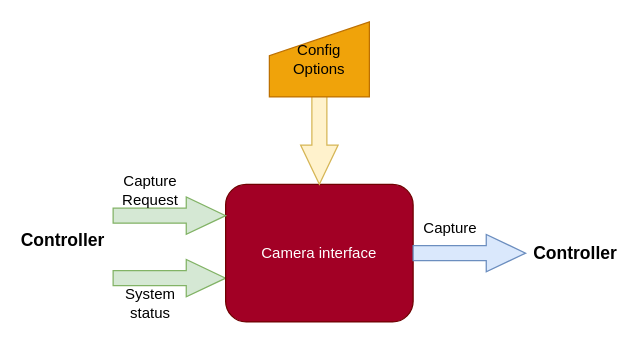
Before: webcam_architecture.drawio in GreatSharky/CoHSCI, a draw.io diagram. Source tidied: cells renumbered, new cells numbered last; positions are measured from the earlier drawing's top-left corner, leaving out a move shared by most shapes. Both pictures are drawn from the tidied source at 125%, with x=0, y=0 at pixel (25, 21).
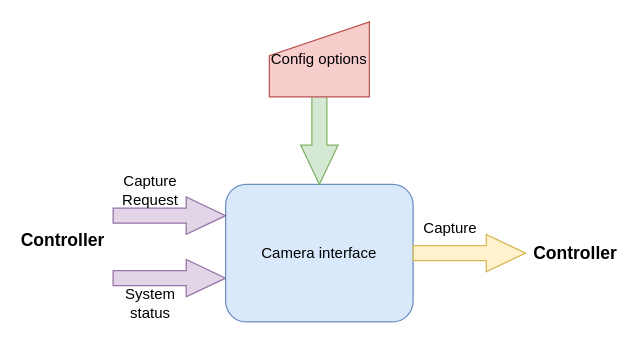
Above is the later version.

What changed in the source:
```diff
@@
 <mxGraphModel>
   <root>
     <mxCell id="0" />
     <mxCell id="1" parent="0" />
-    <mxCell id="2" style="shape=singleArrow;whiteSpace=wrap;html=1;arrowWidth=0.4;arrowSize=0.35;fillColor=#d5e8d4;strokeColor=#82b366;" parent="1" vertex="1">
+    <mxCell id="2" style="shape=singleArrow;whiteSpace=wrap;html=1;arrowWidth=0.4;arrowSize=0.35;fillColor=#e1d5e7;strokeColor=#9673a6;" parent="1" vertex="1">
       <mxGeometry x="70" y="190" width="90" height="30" as="geometry" />
     </mxCell>
-    <mxCell id="3" value="Camera interface" style="rounded=1;whiteSpace=wrap;html=1;fillColor=#a20025;fontColor=#ffffff;strokeColor=#6F0000;" parent="1" vertex="1">
+    <mxCell id="3" value="Camera interface" style="rounded=1;whiteSpace=wrap;html=1;fillColor=#dae8fc;strokeColor=#6c8ebf;" parent="1" vertex="1">
       <mxGeometry x="160" y="130" width="150" height="110" as="geometry" />
     </mxCell>
-    <mxCell id="4" style="shape=singleArrow;whiteSpace=wrap;html=1;arrowWidth=0.4;arrowSize=0.35;fillColor=#d5e8d4;strokeColor=#82b366;" parent="1" vertex="1">
+    <mxCell id="4" style="shape=singleArrow;whiteSpace=wrap;html=1;arrowWidth=0.4;arrowSize=0.35;fillColor=#e1d5e7;strokeColor=#9673a6;" parent="1" vertex="1">
       <mxGeometry x="70" y="140" width="90" height="30" as="geometry" />
     </mxCell>
     <mxCell id="5" value="Capture&lt;div&gt;Request&lt;/div&gt;" style="text;html=1;whiteSpace=wrap;strokeColor=none;fillColor=none;align=center;verticalAlign=middle;rounded=0;" parent="1" vertex="1">
       <mxGeometry x="70" y="120" width="60" height="30" as="geometry" />
     </mxCell>
     <mxCell id="6" value="Controller" style="text;html=1;whiteSpace=wrap;strokeColor=none;fillColor=none;align=center;verticalAlign=middle;rounded=0;fontSize=14;fontStyle=1;" parent="1" vertex="1">
       <mxGeometry y="160" width="60" height="30" as="geometry" />
     </mxCell>
     <mxCell id="7" value="System status" style="text;html=1;whiteSpace=wrap;strokeColor=none;fillColor=none;align=center;verticalAlign=middle;rounded=0;" parent="1" vertex="1">
       <mxGeometry x="70" y="210" width="60" height="30" as="geometry" />
     </mxCell>
-    <mxCell id="8" style="shape=singleArrow;whiteSpace=wrap;html=1;arrowWidth=0.4;arrowSize=0.35;fillColor=#dae8fc;strokeColor=#6c8ebf;" parent="1" vertex="1">
+    <mxCell id="8" style="shape=singleArrow;whiteSpace=wrap;html=1;arrowWidth=0.4;arrowSize=0.35;fillColor=#fff2cc;strokeColor=#d6b656;" parent="1" vertex="1">
       <mxGeometry x="310" y="170" width="90" height="30" as="geometry" />
     </mxCell>
-    <mxCell id="9" style="shape=singleArrow;whiteSpace=wrap;html=1;arrowWidth=0.4;arrowSize=0.35;rotation=90;fillColor=#fff2cc;strokeColor=#d6b656;" parent="1" vertex="1">
+    <mxCell id="9" style="shape=singleArrow;whiteSpace=wrap;html=1;arrowWidth=0.4;arrowSize=0.35;rotation=90;fillColor=#d5e8d4;strokeColor=#82b366;" parent="1" vertex="1">
       <mxGeometry x="190" y="70" width="90" height="30" as="geometry" />
     </mxCell>
     <mxCell id="10" value="Controller" style="text;html=1;whiteSpace=wrap;strokeColor=none;fillColor=none;align=center;verticalAlign=middle;rounded=0;fontSize=14;fontStyle=1;" parent="1" vertex="1">
       <mxGeometry x="410" y="170" width="60" height="30" as="geometry" />
     </mxCell>
     <mxCell id="11" value="Capture" style="text;html=1;whiteSpace=wrap;strokeColor=none;fillColor=none;align=center;verticalAlign=middle;rounded=0;" parent="1" vertex="1">
       <mxGeometry x="310" y="150" width="60" height="30" as="geometry" />
     </mxCell>
-    <mxCell id="12" value="Config&lt;div&gt;Options&lt;/div&gt;" style="shape=manualInput;whiteSpace=wrap;html=1;size=27;fillColor=#f0a30a;fontColor=#000000;strokeColor=#BD7000;" parent="1" vertex="1">
+    <mxCell id="12" value="Config&amp;nbsp;&lt;span style=&quot;background-color: transparent; color: light-dark(rgb(0, 0, 0), rgb(255, 255, 255));&quot;&gt;options&lt;/span&gt;" style="shape=manualInput;whiteSpace=wrap;html=1;size=27;fillColor=#f8cecc;strokeColor=#b85450;" parent="1" vertex="1">
       <mxGeometry x="195" width="80" height="60" as="geometry" />
     </mxCell>
   </root>
 </mxGraphModel>
```
